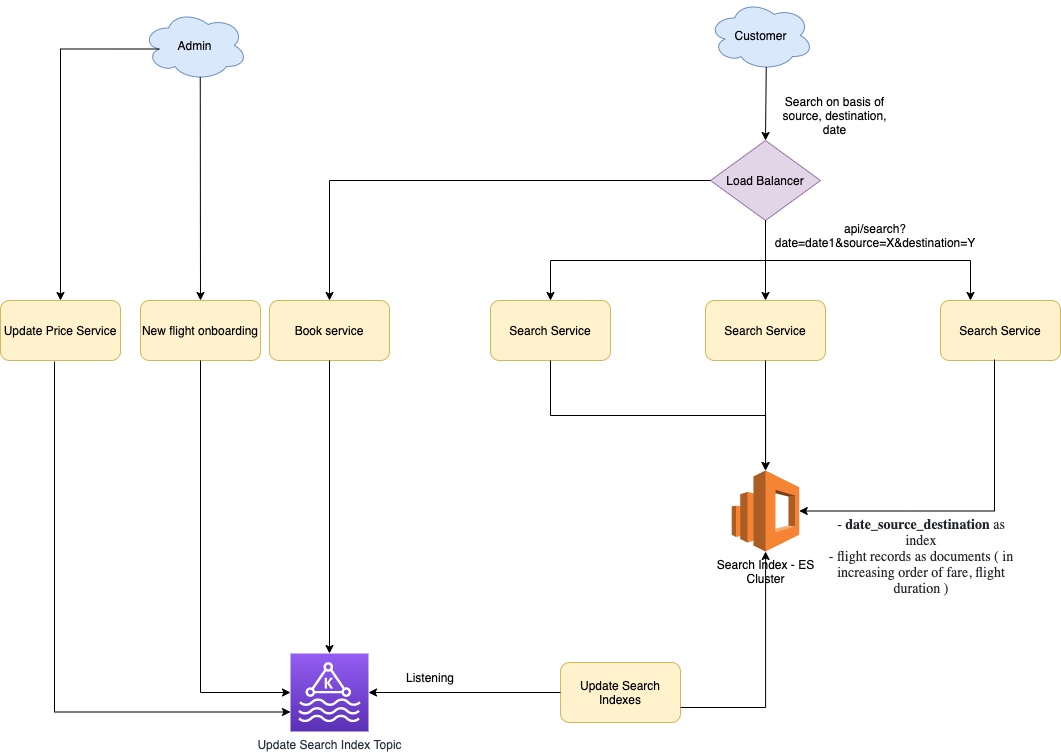
Anshul619/HLD-System-Designs keeps this draw.io diagram as src/3_HLDDesignProblems/FlightBookingSearch/assets/MakeMyTripFlightSearch.drawio.png. Above is the earlier version. Source tidied: cells renumbered, new cells last; positions are measured from the earlier drawing's top-left corner, leaving out a move shared by most shapes.
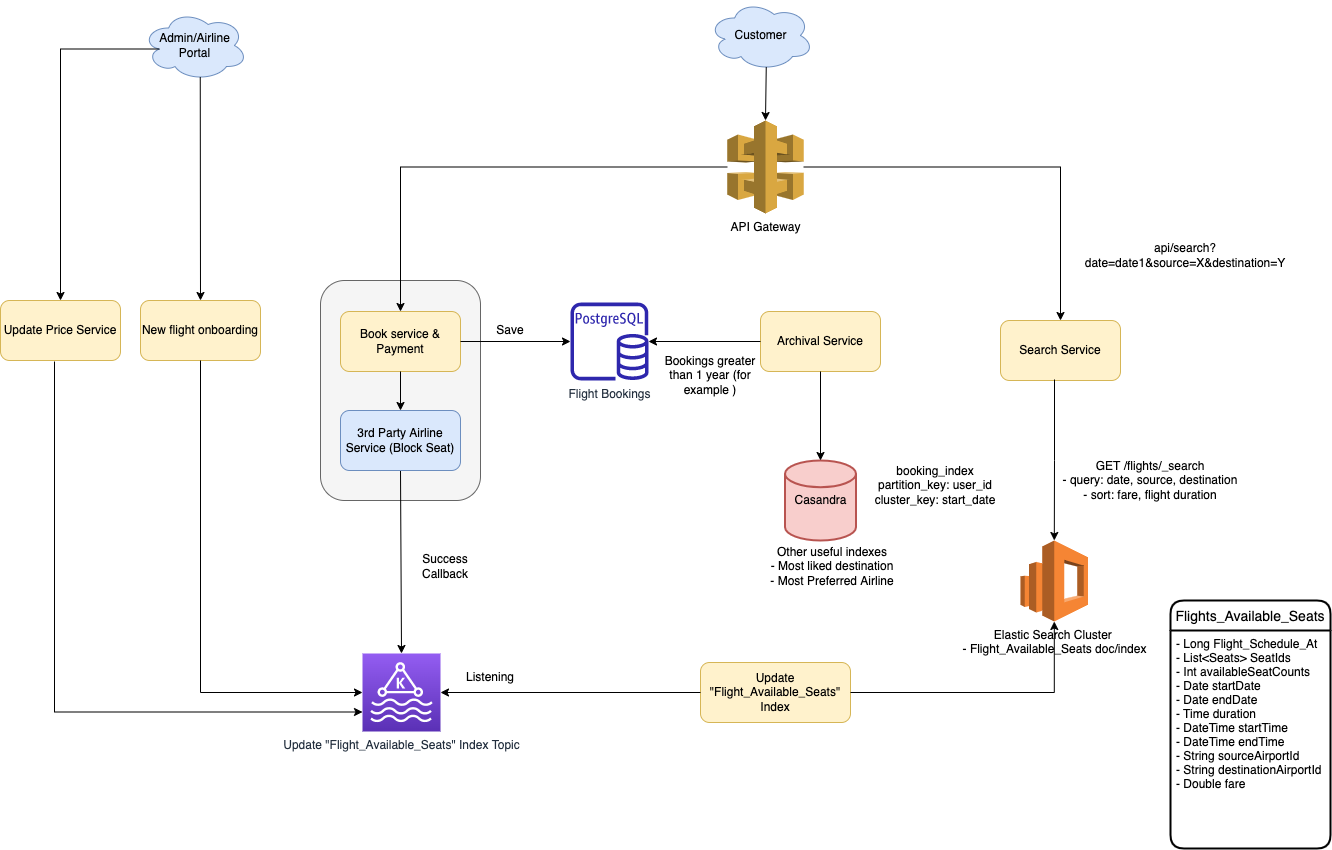
The same diagram one commit later.

Commit message:
Flight Booking System

Diff of the diagram source:
```diff
@@ -2,85 +2,61 @@
   <root>
     <mxCell id="0" />
     <mxCell id="1" parent="0" />
+    <mxCell id="33" style="rounded=1;whiteSpace=wrap;html=1;fillColor=#f5f5f5;strokeColor=#666666;fontColor=#333333;" parent="1" vertex="1">
+      <mxGeometry x="320" y="280" width="160" height="220" as="geometry" />
+    </mxCell>
     <mxCell id="2" value="Customer" style="ellipse;shape=cloud;whiteSpace=wrap;html=1;fillColor=#dae8fc;strokeColor=#6c8ebf;" parent="1" vertex="1">
       <mxGeometry x="708" width="105" height="70" as="geometry" />
     </mxCell>
-    <mxCell id="3" value="Load Balancer" style="rhombus;whiteSpace=wrap;html=1;fillColor=#e1d5e7;strokeColor=#9673a6;" parent="1" vertex="1">
-      <mxGeometry x="710" y="140" width="110" height="80" as="geometry" />
-    </mxCell>
-    <mxCell id="4" value="Search Service" style="rounded=1;whiteSpace=wrap;html=1;fillColor=#fff2cc;strokeColor=#d6b656;" parent="1" vertex="1">
-      <mxGeometry x="490" y="300" width="120" height="60" as="geometry" />
-    </mxCell>
-    <mxCell id="5" value="Search Service" style="rounded=1;whiteSpace=wrap;html=1;fillColor=#fff2cc;strokeColor=#d6b656;" parent="1" vertex="1">
-      <mxGeometry x="705" y="300" width="120" height="60" as="geometry" />
-    </mxCell>
     <mxCell id="6" value="Search Service" style="rounded=1;whiteSpace=wrap;html=1;fillColor=#fff2cc;strokeColor=#d6b656;" parent="1" vertex="1">
-      <mxGeometry x="940" y="300" width="120" height="60" as="geometry" />
+      <mxGeometry x="1000" y="320" width="120" height="60" as="geometry" />
     </mxCell>
-    <mxCell id="7" style="endArrow=classic;html=1;rounded=0;exitX=0.5;exitY=1;exitDx=0;exitDy=0;entryX=0.5;entryY=0;entryDx=0;entryDy=0;edgeStyle=orthogonalEdgeStyle;" parent="1" edge="1" source="3" target="4">
-      <mxGeometry relative="1" as="geometry" />
-    </mxCell>
-    <mxCell id="8" style="endArrow=classic;html=1;rounded=0;exitX=0.5;exitY=1;exitDx=0;exitDy=0;" parent="1" edge="1" source="3" target="5">
-      <mxGeometry relative="1" as="geometry" />
-    </mxCell>
-    <mxCell id="9" style="endArrow=classic;html=1;rounded=0;entryX=0.25;entryY=0;entryDx=0;entryDy=0;exitX=0.5;exitY=1;exitDx=0;exitDy=0;edgeStyle=orthogonalEdgeStyle;" parent="1" edge="1" source="3" target="6">
+    <mxCell id="9" style="endArrow=classic;html=1;rounded=0;entryX=0.5;entryY=0;entryDx=0;entryDy=0;edgeStyle=orthogonalEdgeStyle;" parent="1" edge="1" source="34" target="6">
       <mxGeometry relative="1" as="geometry" />
     </mxCell>
-    <mxCell id="10" value="Search Index - ES&lt;br&gt;Cluster" style="outlineConnect=0;dashed=0;verticalLabelPosition=bottom;verticalAlign=top;align=center;html=1;shape=mxgraph.aws3.elasticsearch_service;fillColor=#F58534;gradientColor=none;" parent="1" vertex="1">
-      <mxGeometry x="731.2" y="470" width="67.5" height="81" as="geometry" />
+    <mxCell id="10" value="&lt;div&gt;Elastic Search Cluster &lt;br&gt;&lt;/div&gt;&lt;div&gt;- Flight_Available_Seats doc/index&lt;br&gt;&lt;/div&gt;" style="outlineConnect=0;dashed=0;verticalLabelPosition=bottom;verticalAlign=top;align=center;html=1;shape=mxgraph.aws3.elasticsearch_service;fillColor=#F58534;gradientColor=none;" parent="1" vertex="1">
+      <mxGeometry x="1020" y="540" width="67.5" height="81" as="geometry" />
     </mxCell>
-    <mxCell id="11" style="endArrow=classic;html=1;rounded=0;exitX=0.55;exitY=0.95;exitDx=0;exitDy=0;exitPerimeter=0;entryX=0.5;entryY=0;entryDx=0;entryDy=0;" parent="1" edge="1" source="2" target="3">
+    <mxCell id="11" style="endArrow=classic;html=1;rounded=0;exitX=0.55;exitY=0.95;exitDx=0;exitDy=0;exitPerimeter=0;entryX=0.5;entryY=0;entryDx=0;entryDy=0;entryPerimeter=0;" parent="1" edge="1" source="2" target="34">
       <mxGeometry relative="1" as="geometry" />
     </mxCell>
-    <mxCell id="12" style="endArrow=classic;html=1;rounded=0;exitX=0.5;exitY=1;exitDx=0;exitDy=0;edgeStyle=orthogonalEdgeStyle;" parent="1" edge="1" source="4" target="10">
-      <mxGeometry relative="1" as="geometry" />
-    </mxCell>
-    <mxCell id="13" style="endArrow=classic;html=1;rounded=0;exitX=0.5;exitY=1;exitDx=0;exitDy=0;entryX=0.5;entryY=0;entryDx=0;entryDy=0;entryPerimeter=0;" parent="1" edge="1" source="5" target="10">
-      <mxGeometry relative="1" as="geometry" />
-    </mxCell>
-    <mxCell id="14" style="endArrow=classic;html=1;rounded=0;exitX=0.45;exitY=0.983;exitDx=0;exitDy=0;exitPerimeter=0;entryX=1;entryY=0.5;entryDx=0;entryDy=0;entryPerimeter=0;edgeStyle=orthogonalEdgeStyle;" parent="1" edge="1" source="6" target="10">
+    <mxCell id="14" style="endArrow=classic;html=1;rounded=0;exitX=0.45;exitY=0.983;exitDx=0;exitDy=0;exitPerimeter=0;edgeStyle=orthogonalEdgeStyle;" parent="1" edge="1" source="6" target="10">
       <mxGeometry relative="1" as="geometry" />
     </mxCell>
-    <mxCell id="15" value="&lt;p style=&quot;box-sizing: border-box; --tw-shadow:0 0 transparent; --tw-ring-inset:var(--tw-empty, ); --tw-ring-offset-width:0px; --tw-ring-offset-color:#fff; --tw-ring-color:rgba(59,130,246,0.5); --tw-ring-offset-shadow:0 0 transparent; --tw-ring-shadow:0 0 transparent; margin: 0px; padding: 0px; counter-reset: list-1 0 list-2 0 list-3 0 list-4 0 list-5 0 list-6 0 list-7 0 list-8 0 list-9 0; font-family: &amp;quot;Inv Maison Neue&amp;quot;; font-size: 14px; color: rgb(34, 37, 43); text-align: center; font-style: normal; font-variant-ligatures: normal; font-variant-caps: normal; letter-spacing: normal; orphans: 2; text-indent: 0px; text-transform: none; widows: 2; word-spacing: 0px; -webkit-text-stroke-width: 0px; background-color: rgb(255, 255, 255); text-decoration-thickness: initial; text-decoration-style: initial; text-decoration-color: initial;&quot; class=&quot;ql-align-center&quot;&gt;-&amp;nbsp;&lt;b&gt;date_source_destination&lt;/b&gt;&amp;nbsp;as index&lt;/p&gt;&lt;p style=&quot;box-sizing: border-box; --tw-shadow:0 0 transparent; --tw-ring-inset:var(--tw-empty, ); --tw-ring-offset-width:0px; --tw-ring-offset-color:#fff; --tw-ring-color:rgba(59,130,246,0.5); --tw-ring-offset-shadow:0 0 transparent; --tw-ring-shadow:0 0 transparent; margin: 0px; padding: 0px; counter-reset: list-1 0 list-2 0 list-3 0 list-4 0 list-5 0 list-6 0 list-7 0 list-8 0 list-9 0; font-family: &amp;quot;Inv Maison Neue&amp;quot;; font-weight: 300; font-size: 14px; color: rgb(34, 37, 43); text-align: center; font-style: normal; font-variant-ligatures: normal; font-variant-caps: normal; letter-spacing: normal; orphans: 2; text-indent: 0px; text-transform: none; widows: 2; word-spacing: 0px; -webkit-text-stroke-width: 0px; background-color: rgb(255, 255, 255); text-decoration-thickness: initial; text-decoration-style: initial; text-decoration-color: initial;&quot; class=&quot;ql-align-center&quot;&gt;- flight records as documents ( in increasing order of fare, flight duration )&lt;/p&gt;" style="text;whiteSpace=wrap;html=1;" parent="1" vertex="1">
-      <mxGeometry x="820" y="510" width="200" height="60" as="geometry" />
-    </mxCell>
     <mxCell id="16" value="New flight onboarding" style="rounded=1;whiteSpace=wrap;html=1;fillColor=#fff2cc;strokeColor=#d6b656;" parent="1" vertex="1">
       <mxGeometry x="140" y="300" width="120" height="60" as="geometry" />
     </mxCell>
-    <mxCell id="17" value="Update Search Index Topic" style="sketch=0;points=[[0,0,0],[0.25,0,0],[0.5,0,0],[0.75,0,0],[1,0,0],[0,1,0],[0.25,1,0],[0.5,1,0],[0.75,1,0],[1,1,0],[0,0.25,0],[0,0.5,0],[0,0.75,0],[1,0.25,0],[1,0.5,0],[1,0.75,0]];outlineConnect=0;fontColor=#232F3E;gradientColor=#945DF2;gradientDirection=north;fillColor=#5A30B5;strokeColor=#ffffff;dashed=0;verticalLabelPosition=bottom;verticalAlign=top;align=center;html=1;fontSize=12;fontStyle=0;shape=mxgraph.aws4.resourceIcon;resIcon=mxgraph.aws4.managed_streaming_for_kafka;" parent="1" vertex="1">
-      <mxGeometry x="290" y="653" width="78" height="78" as="geometry" />
+    <mxCell id="17" value="Update &quot;Flight_Available_Seats&quot; Index Topic" style="sketch=0;points=[[0,0,0],[0.25,0,0],[0.5,0,0],[0.75,0,0],[1,0,0],[0,1,0],[0.25,1,0],[0.5,1,0],[0.75,1,0],[1,1,0],[0,0.25,0],[0,0.5,0],[0,0.75,0],[1,0.25,0],[1,0.5,0],[1,0.75,0]];outlineConnect=0;fontColor=#232F3E;gradientColor=#945DF2;gradientDirection=north;fillColor=#5A30B5;strokeColor=#ffffff;dashed=0;verticalLabelPosition=bottom;verticalAlign=top;align=center;html=1;fontSize=12;fontStyle=0;shape=mxgraph.aws4.resourceIcon;resIcon=mxgraph.aws4.managed_streaming_for_kafka;" parent="1" vertex="1">
+      <mxGeometry x="362" y="653" width="78" height="78" as="geometry" />
     </mxCell>
     <mxCell id="18" style="endArrow=classic;html=1;rounded=0;exitX=0.5;exitY=1;exitDx=0;exitDy=0;entryX=0;entryY=0.5;entryDx=0;entryDy=0;entryPerimeter=0;edgeStyle=orthogonalEdgeStyle;" parent="1" edge="1" source="16" target="17">
       <mxGeometry relative="1" as="geometry" />
     </mxCell>
-    <mxCell id="19" value="Update Search Indexes" style="rounded=1;whiteSpace=wrap;html=1;fillColor=#fff2cc;strokeColor=#d6b656;" parent="1" vertex="1">
-      <mxGeometry x="560" y="662" width="120" height="60" as="geometry" />
+    <mxCell id="19" value="Update &quot;Flight_Available_Seats&quot; Index" style="rounded=1;whiteSpace=wrap;html=1;fillColor=#fff2cc;strokeColor=#d6b656;" parent="1" vertex="1">
+      <mxGeometry x="700" y="662" width="150" height="60" as="geometry" />
     </mxCell>
     <mxCell id="20" style="endArrow=classic;html=1;rounded=0;exitX=0;exitY=0.5;exitDx=0;exitDy=0;entryX=1;entryY=0.5;entryDx=0;entryDy=0;entryPerimeter=0;" parent="1" edge="1" source="19" target="17">
       <mxGeometry relative="1" as="geometry" />
     </mxCell>
     <mxCell id="21" value="Listening" style="text;html=1;strokeColor=none;fillColor=none;align=center;verticalAlign=middle;whiteSpace=wrap;rounded=0;" parent="1" vertex="1">
-      <mxGeometry x="400" y="662" width="60" height="30" as="geometry" />
+      <mxGeometry x="460" y="662" width="60" height="30" as="geometry" />
     </mxCell>
-    <mxCell id="22" style="endArrow=classic;html=1;rounded=0;exitX=1;exitY=0.75;exitDx=0;exitDy=0;edgeStyle=orthogonalEdgeStyle;" parent="1" edge="1" source="19" target="10">
+    <mxCell id="22" style="endArrow=classic;html=1;rounded=0;exitX=1;exitY=0.5;exitDx=0;exitDy=0;edgeStyle=orthogonalEdgeStyle;" parent="1" edge="1" source="19" target="10">
       <mxGeometry relative="1" as="geometry" />
     </mxCell>
-    <mxCell id="23" value="Search on basis of source, destination, date" style="text;html=1;strokeColor=none;fillColor=none;align=center;verticalAlign=middle;whiteSpace=wrap;rounded=0;" parent="1" vertex="1">
-      <mxGeometry x="780" y="100" width="109" height="30" as="geometry" />
-    </mxCell>
     <mxCell id="24" value="api/search?date=date1&amp;amp;source=X&amp;amp;destination=Y" style="text;html=1;strokeColor=none;fillColor=none;align=center;verticalAlign=middle;whiteSpace=wrap;rounded=0;" parent="1" vertex="1">
-      <mxGeometry x="760" y="220" width="230" height="30" as="geometry" />
+      <mxGeometry x="1070" y="240" width="230" height="30" as="geometry" />
     </mxCell>
-    <mxCell id="25" value="Book service" style="rounded=1;whiteSpace=wrap;html=1;fillColor=#fff2cc;strokeColor=#d6b656;" parent="1" vertex="1">
-      <mxGeometry x="269" y="300" width="120" height="60" as="geometry" />
+    <mxCell id="25" value="Book service &amp;amp; Payment" style="rounded=1;whiteSpace=wrap;html=1;fillColor=#fff2cc;strokeColor=#d6b656;" parent="1" vertex="1">
+      <mxGeometry x="340" y="311" width="120" height="60" as="geometry" />
     </mxCell>
-    <mxCell id="26" style="endArrow=classic;html=1;rounded=0;exitX=0.5;exitY=1;exitDx=0;exitDy=0;entryX=0.5;entryY=0;entryDx=0;entryDy=0;entryPerimeter=0;" parent="1" edge="1" source="25" target="17">
+    <mxCell id="26" style="endArrow=classic;html=1;rounded=0;entryX=0.5;entryY=0;entryDx=0;entryDy=0;entryPerimeter=0;exitX=0.5;exitY=1;exitDx=0;exitDy=0;" parent="1" edge="1" source="38" target="17">
       <mxGeometry relative="1" as="geometry" />
     </mxCell>
-    <mxCell id="27" style="endArrow=classic;html=1;rounded=0;exitX=0;exitY=0.5;exitDx=0;exitDy=0;entryX=0.5;entryY=0;entryDx=0;entryDy=0;edgeStyle=orthogonalEdgeStyle;" parent="1" edge="1" source="3" target="25">
+    <mxCell id="27" style="endArrow=classic;html=1;rounded=0;entryX=0.5;entryY=0;entryDx=0;entryDy=0;edgeStyle=orthogonalEdgeStyle;" parent="1" edge="1" source="34" target="25">
       <mxGeometry relative="1" as="geometry" />
     </mxCell>
-    <mxCell id="28" value="Admin" style="ellipse;shape=cloud;whiteSpace=wrap;html=1;fillColor=#dae8fc;strokeColor=#6c8ebf;" parent="1" vertex="1">
+    <mxCell id="28" value="Admin/Airline Portal" style="ellipse;shape=cloud;whiteSpace=wrap;html=1;fillColor=#dae8fc;strokeColor=#6c8ebf;" parent="1" vertex="1">
       <mxGeometry x="142" y="10" width="105" height="70" as="geometry" />
     </mxCell>
     <mxCell id="29" style="endArrow=classic;html=1;rounded=0;exitX=0.55;exitY=0.95;exitDx=0;exitDy=0;exitPerimeter=0;entryX=0.5;entryY=0;entryDx=0;entryDy=0;" parent="1" edge="1" source="28" target="16">
@@ -95,5 +71,56 @@
     <mxCell id="32" style="endArrow=classic;html=1;rounded=0;exitX=0.45;exitY=1.017;exitDx=0;exitDy=0;exitPerimeter=0;entryX=0;entryY=0.75;entryDx=0;entryDy=0;entryPerimeter=0;edgeStyle=orthogonalEdgeStyle;" parent="1" edge="1" source="30" target="17">
       <mxGeometry relative="1" as="geometry" />
     </mxCell>
+    <mxCell id="34" value="API Gateway" style="outlineConnect=0;dashed=0;verticalLabelPosition=bottom;verticalAlign=top;align=center;html=1;shape=mxgraph.aws3.api_gateway;fillColor=#D9A741;gradientColor=none;" parent="1" vertex="1">
+      <mxGeometry x="726.8" y="120" width="76.5" height="93" as="geometry" />
+    </mxCell>
+    <mxCell id="35" value="&lt;div&gt;GET /flights/_search&lt;/div&gt;&lt;div&gt;- query: date, source, destination&lt;/div&gt;&lt;div&gt;- sort: fare, flight duration&lt;br&gt;&lt;/div&gt;" style="text;html=1;strokeColor=none;fillColor=none;align=center;verticalAlign=middle;whiteSpace=wrap;rounded=0;" parent="1" vertex="1">
+      <mxGeometry x="1050" y="460" width="200" height="40" as="geometry" />
+    </mxCell>
+    <mxCell id="36" value="Flights_Available_Seats" style="swimlane;horizontal=1;startSize=30;rounded=1;fontSize=14;fontStyle=0;strokeWidth=2;shadow=0;dashed=0;align=center;" parent="1" vertex="1">
+      <mxGeometry x="1170" y="600" width="160" height="248" as="geometry" />
+    </mxCell>
+    <mxCell id="37" value="- Long Flight_Schedule_At&#10;- List&lt;Seats&gt; SeatIds&#10;- Int availableSeatCounts&#10;- Date startDate&#10;- Date endDate&#10;- Time duration&#10;- DateTime startTime&#10;- DateTime endTime&#10;- String sourceAirportId&#10;- String destinationAirportId&#10;- Double fare" style="align=left;strokeColor=none;fillColor=none;spacingLeft=4;fontSize=12;verticalAlign=top;" parent="36" vertex="1">
+      <mxGeometry y="30" width="160" height="218" as="geometry" />
+    </mxCell>
+    <mxCell id="38" value="3rd Party Airline Service (Block Seat)" style="rounded=1;whiteSpace=wrap;html=1;fillColor=#dae8fc;strokeColor=#6c8ebf;" parent="1" vertex="1">
+      <mxGeometry x="340" y="410" width="120" height="60" as="geometry" />
+    </mxCell>
+    <mxCell id="39" style="endArrow=classic;html=1;rounded=0;exitX=0.5;exitY=1;exitDx=0;exitDy=0;entryX=0.5;entryY=0;entryDx=0;entryDy=0;" parent="1" edge="1" source="25" target="38">
+      <mxGeometry relative="1" as="geometry" />
+    </mxCell>
+    <mxCell id="40" value="Success Callback" style="text;html=1;strokeColor=none;fillColor=none;align=center;verticalAlign=middle;whiteSpace=wrap;rounded=0;" parent="1" vertex="1">
+      <mxGeometry x="400" y="551" width="90" height="30" as="geometry" />
+    </mxCell>
+    <mxCell id="41" value="Flight Bookings" style="sketch=0;outlineConnect=0;fontColor=#232F3E;gradientColor=none;fillColor=#2E27AD;strokeColor=none;dashed=0;verticalLabelPosition=bottom;verticalAlign=top;align=center;html=1;fontSize=12;fontStyle=0;shape=mxgraph.aws4.rds_postgresql_instance;" parent="1" vertex="1">
+      <mxGeometry x="570" y="302" width="78" height="78" as="geometry" />
+    </mxCell>
+    <mxCell id="42" style="endArrow=classic;html=1;rounded=0;exitX=1;exitY=0.5;exitDx=0;exitDy=0;edgeStyle=orthogonalEdgeStyle;" parent="1" edge="1" source="25" target="41">
+      <mxGeometry relative="1" as="geometry" />
+    </mxCell>
+    <mxCell id="43" value="Save" style="text;html=1;strokeColor=none;fillColor=none;align=center;verticalAlign=middle;whiteSpace=wrap;rounded=0;" parent="1" vertex="1">
+      <mxGeometry x="480" y="315" width="60" height="30" as="geometry" />
+    </mxCell>
+    <mxCell id="44" value="Casandra" style="strokeWidth=2;html=1;shape=mxgraph.flowchart.database;whiteSpace=wrap;fillColor=#f8cecc;strokeColor=#b85450;" parent="1" vertex="1">
+      <mxGeometry x="784.5" y="460" width="71" height="80" as="geometry" />
+    </mxCell>
+    <mxCell id="45" value="Archival Service" style="rounded=1;whiteSpace=wrap;html=1;fillColor=#fff2cc;strokeColor=#d6b656;" parent="1" vertex="1">
+      <mxGeometry x="760" y="311" width="120" height="60" as="geometry" />
+    </mxCell>
+    <mxCell id="46" style="endArrow=classic;html=1;rounded=0;exitX=0;exitY=0.5;exitDx=0;exitDy=0;edgeStyle=orthogonalEdgeStyle;" parent="1" edge="1" source="45" target="41">
+      <mxGeometry relative="1" as="geometry" />
+    </mxCell>
+    <mxCell id="47" value="&lt;div&gt;booking_index&lt;/div&gt;&lt;div&gt;partition_key: user_id&lt;/div&gt;&lt;div&gt;cluster_key: start_date&lt;br&gt;&lt;/div&gt;" style="text;html=1;strokeColor=none;fillColor=none;align=center;verticalAlign=middle;whiteSpace=wrap;rounded=0;" parent="1" vertex="1">
+      <mxGeometry x="870" y="470" width="130" height="30" as="geometry" />
+    </mxCell>
+    <mxCell id="48" style="endArrow=classic;html=1;rounded=0;exitX=0.5;exitY=1;exitDx=0;exitDy=0;entryX=0.5;entryY=0;entryDx=0;entryDy=0;entryPerimeter=0;" parent="1" edge="1" source="45" target="44">
+      <mxGeometry relative="1" as="geometry" />
+    </mxCell>
+    <mxCell id="49" value="Bookings greater than 1 year (for example )" style="text;html=1;strokeColor=none;fillColor=none;align=center;verticalAlign=middle;whiteSpace=wrap;rounded=0;" parent="1" vertex="1">
+      <mxGeometry x="660" y="360" width="100" height="30" as="geometry" />
+    </mxCell>
+    <mxCell id="50" value="&lt;div&gt;Other useful indexes&lt;/div&gt;&lt;div&gt;- Most liked destination&lt;/div&gt;&lt;div&gt;- Most Preferred Airline&lt;br&gt;&lt;/div&gt;" style="text;html=1;strokeColor=none;fillColor=none;align=center;verticalAlign=middle;whiteSpace=wrap;rounded=0;" parent="1" vertex="1">
+      <mxGeometry x="726.8" y="551" width="210" height="30" as="geometry" />
+    </mxCell>
   </root>
 </mxGraphModel>
```
